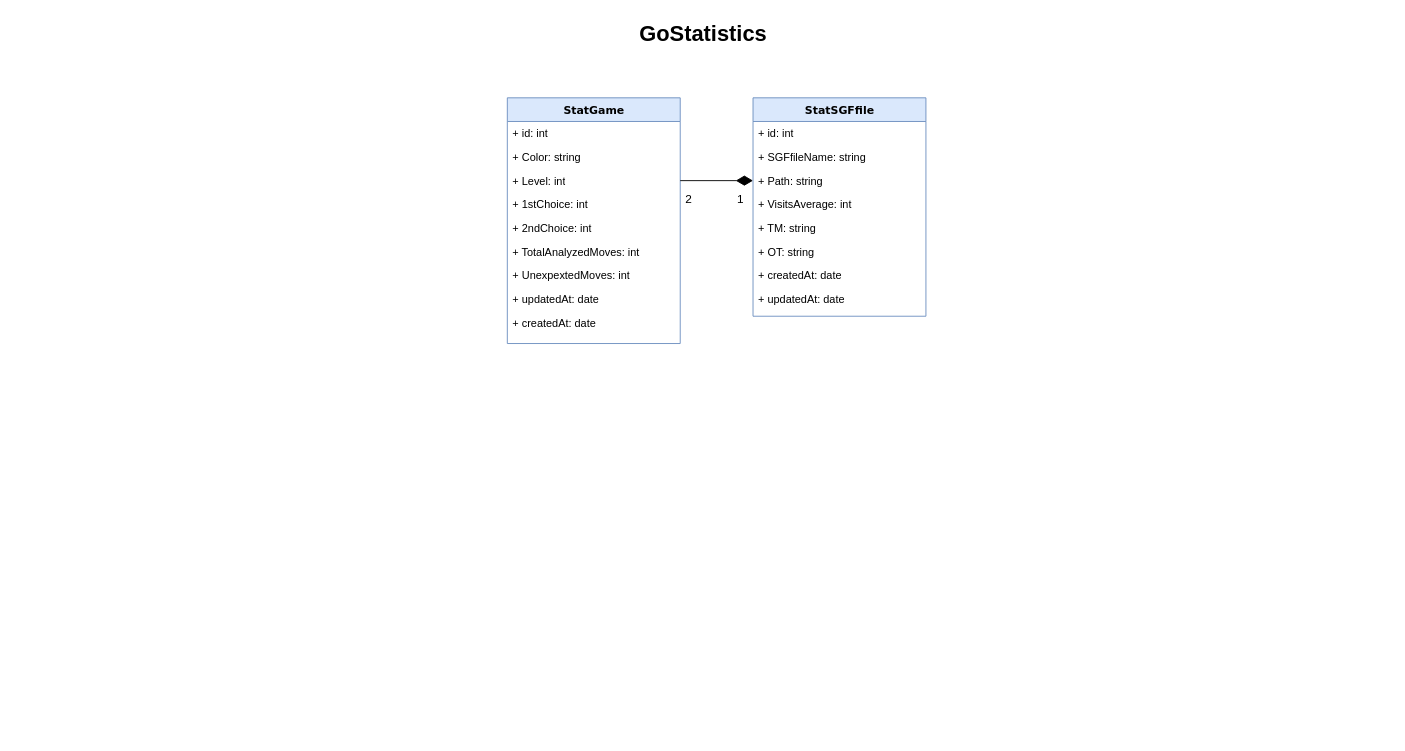
Above: diagrams/ModelClassesStatistics.drawio in magitcian/OpenGoLeagues (draw.io), before the change. Source tidied: cells renumbered, new cells numbered last; positions are measured from the earlier drawing's top-left corner, leaving out a move shared by most shapes. Both pictures are drawn from the tidied source at 91%, with x=0, y=0 at pixel (15, 15).
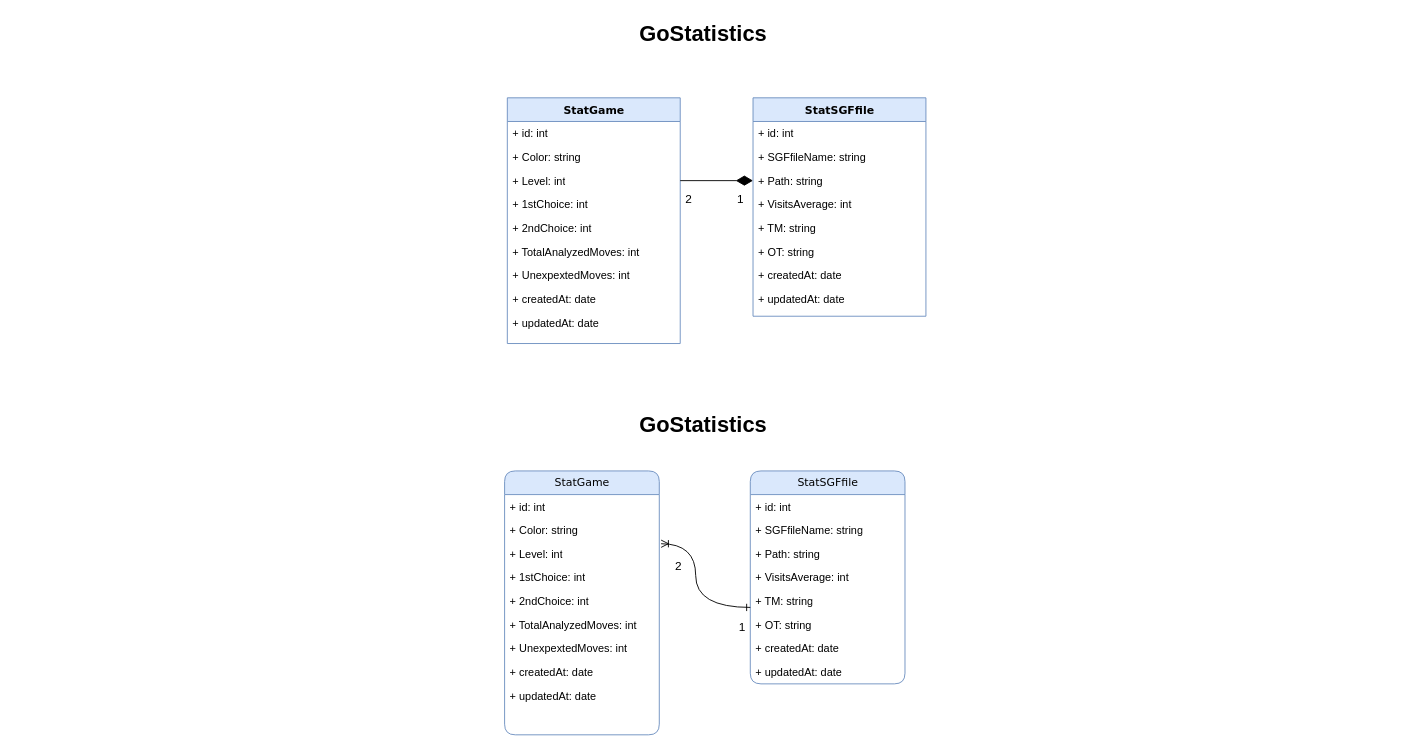
The same page after the edit.

Unchanged cells that the change refers to:
```xml
<mxCell id="12" value="StatGame" style="swimlane;html=1;fontStyle=1;align=center;verticalAlign=top;horizontal=1;startSize=26;swimlaneFillColor=#ffffff;rounded=0;shadow=0;comic=0;labelBackgroundColor=none;strokeWidth=1;fillColor=#dae8fc;fontFamily=Verdana;fontSize=12;strokeColor=#6c8ebf;" parent="1" vertex="1">
  <mxGeometry x="540" y="90" width="190" height="270" as="geometry" />
</mxCell>
```

What changed in the source:
```diff
@@
+    <mxCell id="21" value="+ createdAt: date" style="text;html=1;strokeColor=none;fillColor=none;align=left;verticalAlign=top;spacingLeft=4;spacingRight=4;whiteSpace=wrap;overflow=hidden;" parent="12" vertex="1">
+      <mxGeometry y="208" width="190" height="26" as="geometry" />
+    </mxCell>
     <mxCell id="20" value="+ updatedAt: date" style="text;html=1;strokeColor=none;fillColor=none;align=left;verticalAlign=top;spacingLeft=4;spacingRight=4;whiteSpace=wrap;overflow=hidden;" parent="12" vertex="1">
-      <mxGeometry y="208" width="190" height="26" as="geometry" />
+      <mxGeometry y="234" width="190" height="26" as="geometry" />
     </mxCell>
-    <mxCell id="21" value="+ createdAt: date" style="text;html=1;strokeColor=none;fillColor=none;align=left;verticalAlign=top;spacingLeft=4;spacingRight=4;whiteSpace=wrap;overflow=hidden;" parent="12" vertex="1">
-      <mxGeometry y="234" width="190" height="26" as="geometry" />
-    </mxCell>
@@
+    <mxCell id="26" value="StatSGFfile" style="swimlane;html=1;fontStyle=0;horizontal=1;startSize=26;fillColor=#dae8fc;swimlaneFillColor=#ffffff;align=center;rounded=1;shadow=0;comic=0;labelBackgroundColor=none;strokeWidth=1;fontFamily=Verdana;fontSize=12;strokeColor=#6c8ebf;" parent="1" vertex="1">
+      <mxGeometry x="807" y="500" width="170" height="234" as="geometry" />
+    </mxCell>
+    <mxCell id="27" value="+ id: int" style="text;html=1;strokeColor=none;fillColor=none;align=left;verticalAlign=top;spacingLeft=4;spacingRight=4;whiteSpace=wrap;overflow=hidden;" parent="26" vertex="1">
+      <mxGeometry y="26" width="170" height="26" as="geometry" />
+    </mxCell>
+    <mxCell id="28" value="+ SGFfileName: string" style="text;html=1;strokeColor=none;fillColor=none;align=left;verticalAlign=top;spacingLeft=4;spacingRight=4;whiteSpace=wrap;overflow=hidden;" parent="26" vertex="1">
+      <mxGeometry y="52" width="170" height="26" as="geometry" />
+    </mxCell>
+    <mxCell id="29" value="+ Path: string" style="text;html=1;strokeColor=none;fillColor=none;align=left;verticalAlign=top;spacingLeft=4;spacingRight=4;whiteSpace=wrap;overflow=hidden;" parent="26" vertex="1">
+      <mxGeometry y="78" width="170" height="26" as="geometry" />
+    </mxCell>
+    <mxCell id="30" value="+ VisitsAverage: int" style="text;html=1;strokeColor=none;fillColor=none;align=left;verticalAlign=top;spacingLeft=4;spacingRight=4;whiteSpace=wrap;overflow=hidden;" parent="26" vertex="1">
+      <mxGeometry y="104" width="170" height="26" as="geometry" />
+    </mxCell>
+    <mxCell id="31" value="+ TM: string" style="text;html=1;strokeColor=none;fillColor=none;align=left;verticalAlign=top;spacingLeft=4;spacingRight=4;whiteSpace=wrap;overflow=hidden;" parent="26" vertex="1">
+      <mxGeometry y="130" width="170" height="26" as="geometry" />
+    </mxCell>
+    <mxCell id="32" value="+ OT: string" style="text;html=1;strokeColor=none;fillColor=none;align=left;verticalAlign=top;spacingLeft=4;spacingRight=4;whiteSpace=wrap;overflow=hidden;" parent="26" vertex="1">
+      <mxGeometry y="156" width="170" height="26" as="geometry" />
+    </mxCell>
+    <mxCell id="33" value="+ createdAt: date" style="text;html=1;strokeColor=none;fillColor=none;align=left;verticalAlign=top;spacingLeft=4;spacingRight=4;whiteSpace=wrap;overflow=hidden;" parent="26" vertex="1">
+      <mxGeometry y="182" width="170" height="26" as="geometry" />
+    </mxCell>
+    <mxCell id="34" value="+ updatedAt: date" style="text;html=1;strokeColor=none;fillColor=none;align=left;verticalAlign=top;spacingLeft=4;spacingRight=4;whiteSpace=wrap;overflow=hidden;" parent="26" vertex="1">
+      <mxGeometry y="208" width="170" height="26" as="geometry" />
+    </mxCell>
+    <mxCell id="35" value="StatGame" style="swimlane;html=1;fontStyle=0;horizontal=1;startSize=26;fillColor=#dae8fc;swimlaneFillColor=#ffffff;align=center;rounded=1;shadow=0;comic=0;labelBackgroundColor=none;strokeWidth=1;fontFamily=Verdana;fontSize=12;strokeColor=#6c8ebf;" parent="1" vertex="1">
+      <mxGeometry x="537" y="500" width="170" height="290" as="geometry" />
+    </mxCell>
+    <mxCell id="36" value="+ id: int" style="text;html=1;strokeColor=none;fillColor=none;align=left;verticalAlign=top;spacingLeft=4;spacingRight=4;whiteSpace=wrap;overflow=hidden;" parent="35" vertex="1">
+      <mxGeometry y="26" width="170" height="26" as="geometry" />
+    </mxCell>
+    <mxCell id="37" value="+ Color: string" style="text;html=1;strokeColor=none;fillColor=none;align=left;verticalAlign=top;spacingLeft=4;spacingRight=4;whiteSpace=wrap;overflow=hidden;" parent="35" vertex="1">
+      <mxGeometry y="52" width="170" height="26" as="geometry" />
+    </mxCell>
+    <mxCell id="38" value="+ Level: int" style="text;html=1;strokeColor=none;fillColor=none;align=left;verticalAlign=top;spacingLeft=4;spacingRight=4;whiteSpace=wrap;overflow=hidden;" parent="35" vertex="1">
+      <mxGeometry y="78" width="170" height="26" as="geometry" />
+    </mxCell>
+    <mxCell id="39" value="+ 1stChoice: int" style="text;html=1;strokeColor=none;fillColor=none;align=left;verticalAlign=top;spacingLeft=4;spacingRight=4;whiteSpace=wrap;overflow=hidden;" parent="35" vertex="1">
+      <mxGeometry y="104" width="170" height="26" as="geometry" />
+    </mxCell>
+    <mxCell id="40" value="+ 2ndChoice: int" style="text;html=1;strokeColor=none;fillColor=none;align=left;verticalAlign=top;spacingLeft=4;spacingRight=4;whiteSpace=wrap;overflow=hidden;" parent="35" vertex="1">
+      <mxGeometry y="130" width="170" height="26" as="geometry" />
+    </mxCell>
+    <mxCell id="41" value="+ TotalAnalyzedMoves: int" style="text;html=1;strokeColor=none;fillColor=none;align=left;verticalAlign=top;spacingLeft=4;spacingRight=4;whiteSpace=wrap;overflow=hidden;" parent="35" vertex="1">
+      <mxGeometry y="156" width="170" height="26" as="geometry" />
+    </mxCell>
+    <mxCell id="42" value="+ UnexpextedMoves: int" style="text;html=1;strokeColor=none;fillColor=none;align=left;verticalAlign=top;spacingLeft=4;spacingRight=4;whiteSpace=wrap;overflow=hidden;" parent="35" vertex="1">
+      <mxGeometry y="182" width="170" height="26" as="geometry" />
+    </mxCell>
+    <mxCell id="43" value="+ createdAt: date" style="text;html=1;strokeColor=none;fillColor=none;align=left;verticalAlign=top;spacingLeft=4;spacingRight=4;whiteSpace=wrap;overflow=hidden;" parent="35" vertex="1">
+      <mxGeometry y="208" width="170" height="26" as="geometry" />
+    </mxCell>
+    <mxCell id="44" value="+ updatedAt: date" style="text;html=1;strokeColor=none;fillColor=none;align=left;verticalAlign=top;spacingLeft=4;spacingRight=4;whiteSpace=wrap;overflow=hidden;" parent="35" vertex="1">
+      <mxGeometry y="234" width="170" height="26" as="geometry" />
+    </mxCell>
+    <mxCell id="45" style="endArrow=ERone;html=1;rounded=0;targetPerimeterSpacing=0;curved=1;exitX=1.012;exitY=0.808;exitDx=0;exitDy=0;exitPerimeter=0;entryX=0;entryY=0.5;entryDx=0;entryDy=0;edgeStyle=orthogonalEdgeStyle;startArrow=ERoneToMany;startFill=0;endFill=0;" parent="1" edge="1">
+      <mxGeometry relative="1" as="geometry">
+        <mxPoint x="709" y="580" as="sourcePoint" />
+        <mxPoint x="807" y="650" as="targetPoint" />
+        <Array as="points">
+          <mxPoint x="747" y="580" />
+          <mxPoint x="747" y="650" />
+        </Array>
+      </mxGeometry>
+    </mxCell>
+    <mxCell id="46" value="1" style="edgeLabel;html=1;align=center;verticalAlign=middle;fontSize=13;" parent="45" vertex="1">
+      <mxGeometry x="0.87" y="-2" relative="1" as="geometry">
+        <mxPoint x="1" y="18" as="offset" />
+      </mxGeometry>
+    </mxCell>
+    <mxCell id="47" value="2" style="edgeLabel;html=1;align=center;verticalAlign=middle;fontSize=13;" parent="45" vertex="1">
+      <mxGeometry x="-0.82" relative="1" as="geometry">
+        <mxPoint x="3" y="23" as="offset" />
+      </mxGeometry>
+    </mxCell>
+    <mxCell id="48" value="GoStatistics" style="text;strokeColor=none;fillColor=none;html=1;fontSize=24;fontStyle=1;verticalAlign=middle;align=center;" parent="1" vertex="1">
+      <mxGeometry y="430" width="1510" height="40" as="geometry" />
+    </mxCell>
```
